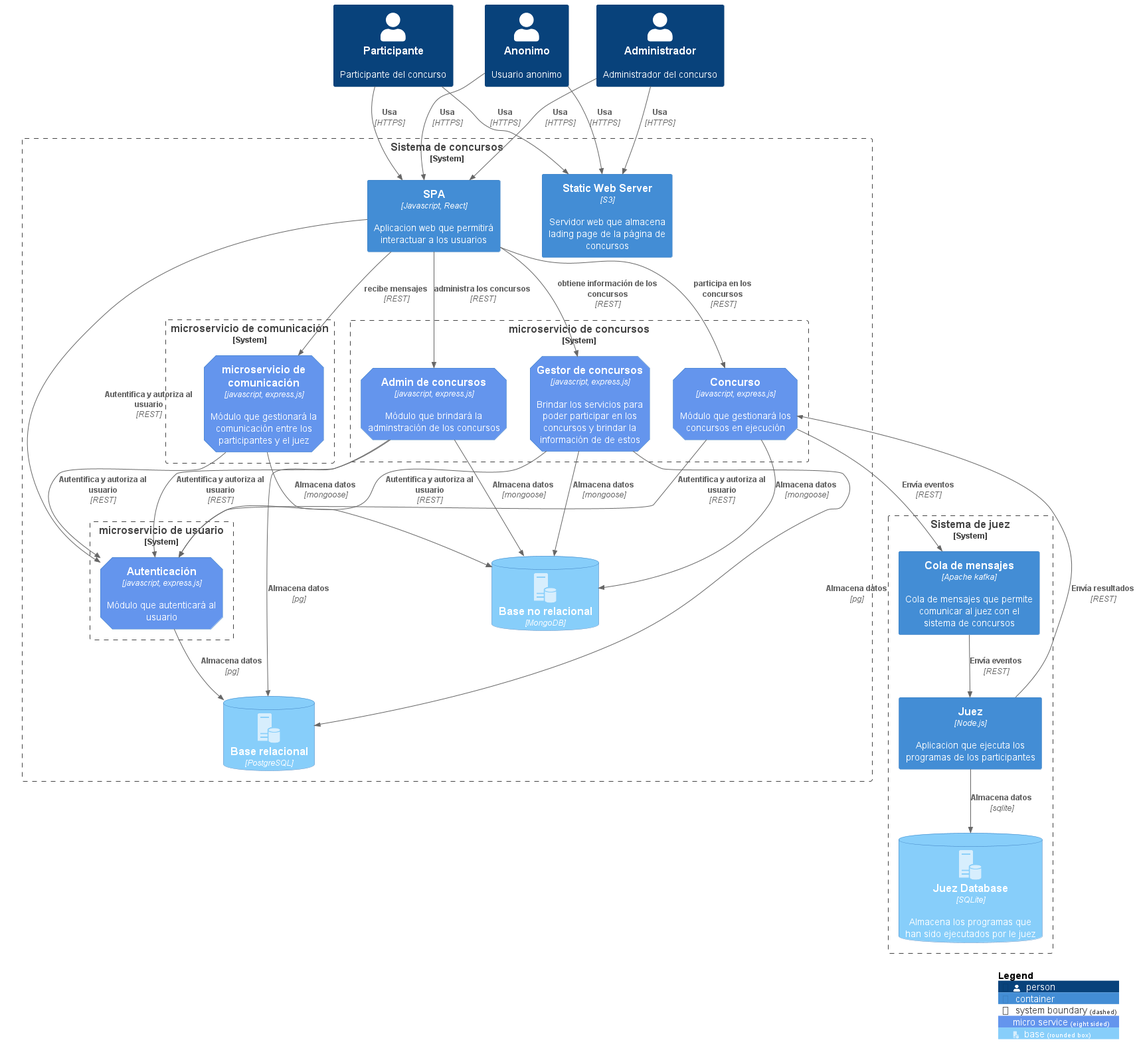
The PlantUML diagram diagrams/diagrama arquitectura.png in ulima-arqui-sw/arquisoftware-grupo02, before a commit.
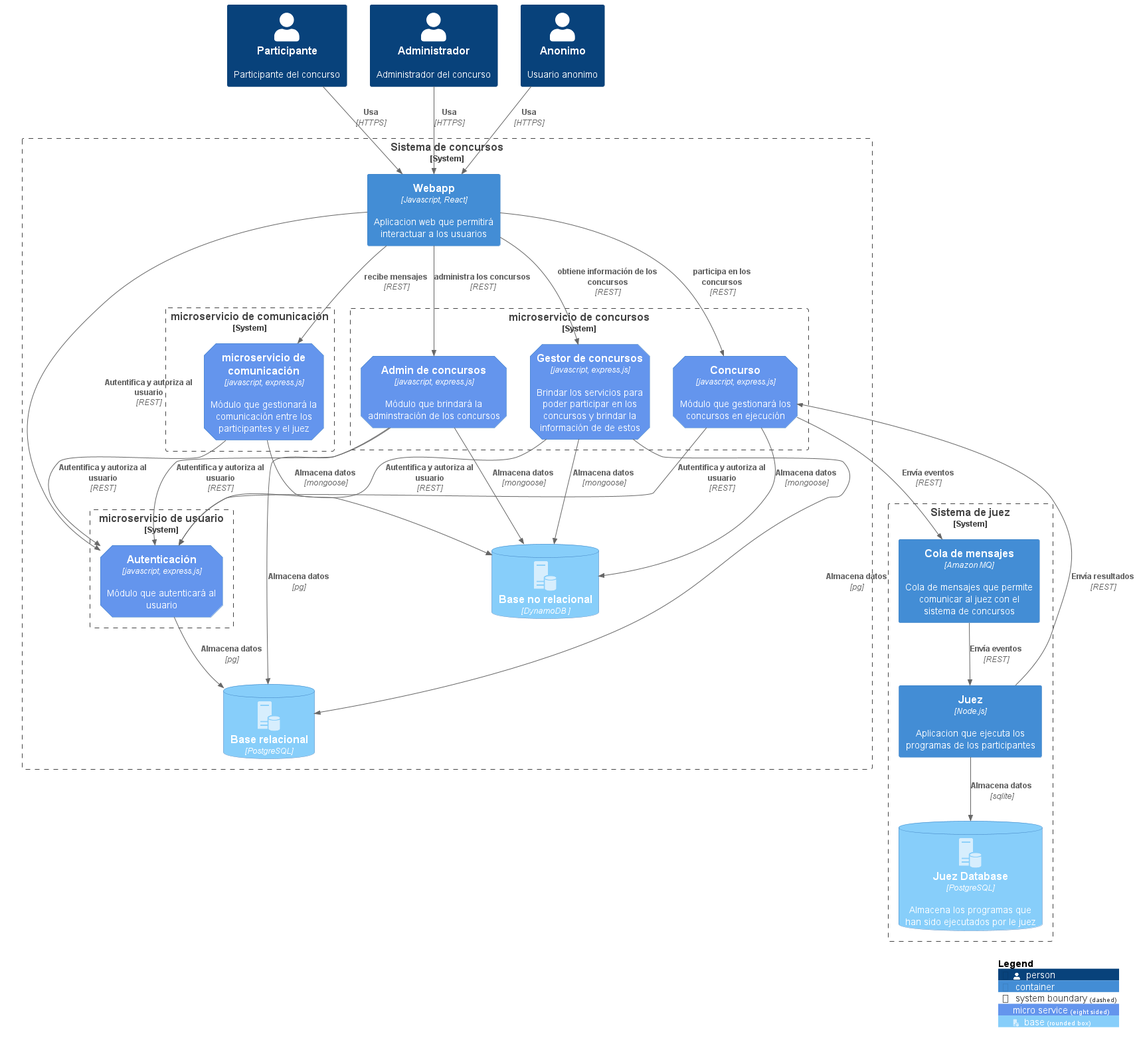
Above is the later version.

Change to the diagram source:
```diff
@@ -22,8 +22,7 @@
 Person(anonimo, Anonimo, "Usuario anonimo")
 
 System_Boundary(c1, "Sistema de concursos") {
-    Container(webapp, "SPA", "Javascript, React", "Aplicacion web que permitirá interactuar a los usuarios")
-    Container(webstatic, "Static Web Server", "S3", "Servidor web que almacena lading page de la página de concursos")
+    Container(webapp, "Webapp", "Javascript, React", "Aplicacion web que permitirá interactuar a los usuarios")
 
     System_Boundary(c1_1, "microservicio de concursos"){
         Container(gestor_concursos, "Gestor de concursos", "javascript, express.js", "Brindar los servicios para poder participar en los concursos y brindar la información de de estos", $tags = "servicios")
@@ -38,22 +37,19 @@
     System_Boundary(c1_3, "microservicio de usuario"){
         Container(auth, "Autenticación", "javascript, express.js", "Módulo que autenticará al usuario", $tags = "servicios")
     }
-    ContainerDb(norelational_db, "Base no relacional", "MongoDB", "", $tags = "base")
+    ContainerDb(norelational_db, "Base no relacional", "DynamoDB ", "", $tags = "base")
     ContainerDb(relational_db, "Base relacional", "PostgreSQL", "", $tags = "base")
 }
 
 System_Boundary(c2, "Sistema de juez"){
     Container(juez, "Juez", "Node.js", "Aplicacion que ejecuta los programas de los participantes")
-    Container(queue_juez, "Cola de mensajes", "Apache kafka", "Cola de mensajes que permite comunicar al juez con el sistema de concursos")
-    ContainerDb(juez_db, "Juez Database", "SQLite", "Almacena los programas que han sido ejecutados por le juez", $tags = "base")
+    Container(queue_juez, "Cola de mensajes", "Amazon MQ", "Cola de mensajes que permite comunicar al juez con el sistema de concursos")
+    ContainerDb(juez_db, "Juez Database", "PostgreSQL", "Almacena los programas que han sido ejecutados por le juez", $tags = "base")
 }
 
 Rel(customer, webapp, "Usa", "HTTPS")
-Rel(customer, webstatic, "Usa", "HTTPS")
 Rel(admin, webapp, "Usa", "HTTPS")
-Rel(admin, webstatic, "Usa", "HTTPS")
 Rel(anonimo, webapp, "Usa", "HTTPS")
-Rel(anonimo, webstatic, "Usa", "HTTPS")
 
 Rel(webapp, auth, "Autentifica y autoriza al usuario", "REST")
 Rel(gestor_concursos, auth, "Autentifica y autoriza al usuario", "REST")
```
